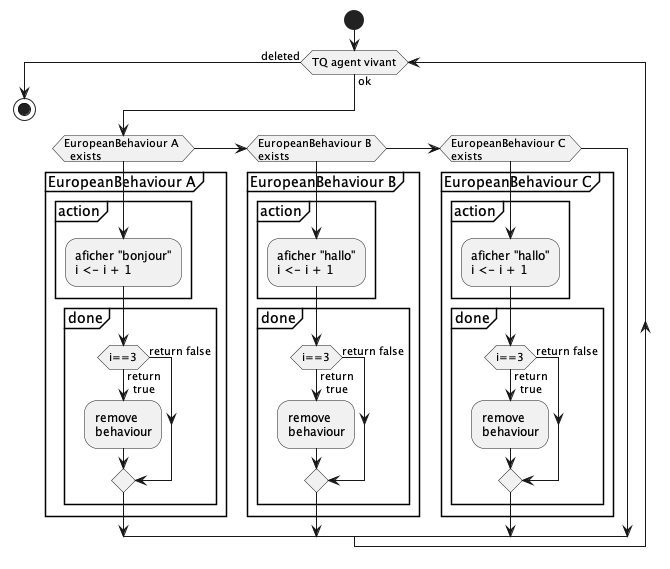
This is testComportement/HelloEuropeenSequentiel.png from EmmanuelADAM/jade, a PlantUML export, as it was before one commit.
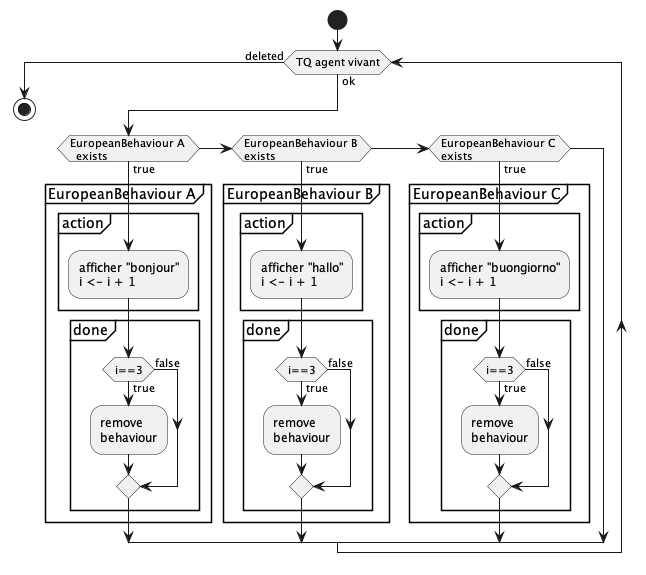
After the commit.

Change to the diagram source:
```diff
@@ -3,50 +3,47 @@
 start
 while (TQ agent vivant) is (ok)
   if (EuropeanBehaviour A
-  exists) then
+  exists) then (true)
     partition "EuropeanBehaviour A" {
       partition "action" {
-          :aficher "bonjour"
+          :afficher "bonjour"
           i <- i + 1;
       }
       partition "done" {
-      if (i==3) then (return
-  true)
+      if (i==3) then (true)
         :remove
         behaviour;
-      else (return false)
+      else (false)
       endif
       }
     }
   elseif (EuropeanBehaviour B
-exists) then
+exists) then (true)
     partition "EuropeanBehaviour B" {
       partition "action" {
-          :aficher "hallo"
+          :afficher "hallo"
           i <- i + 1;
       }
       partition "done" {
-      if (i==3) then (return
-  true)
+      if (i==3) then (true)
         :remove
         behaviour;
-      else (return false)
+      else (false)
       endif
       }
     }
   elseif (EuropeanBehaviour C
-exists) then
+exists) then (true)
     partition "EuropeanBehaviour C" {
       partition "action" {
-          :aficher "hallo"
+          :afficher "buongiorno"
           i <- i + 1;
       }
       partition "done" {
-      if (i==3) then (return
-  true)
+      if (i==3) then (true)
         :remove
         behaviour;
-      else (return false)
+      else (false)
       endif
       }
     }
```
